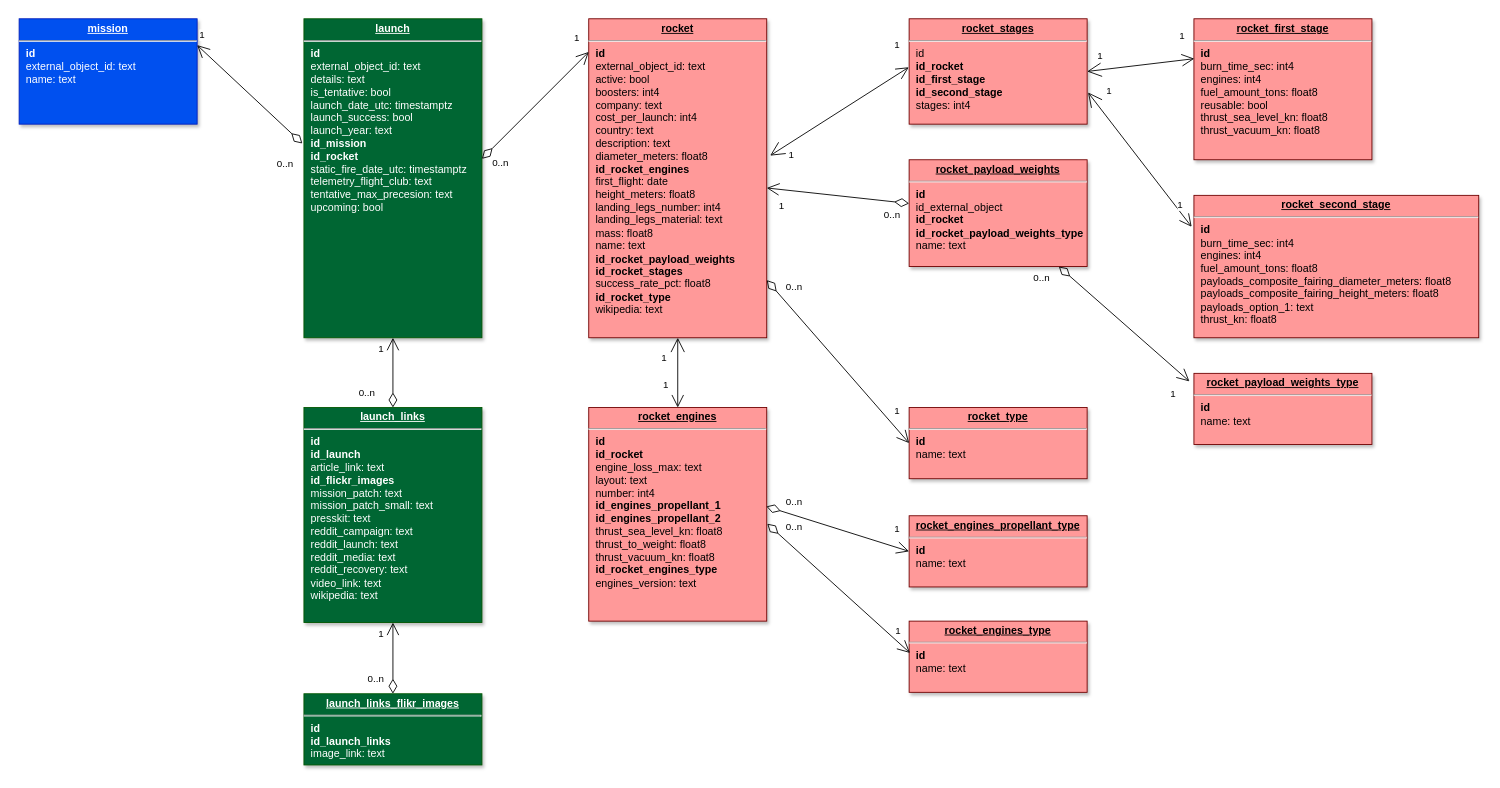
Before: doc/Data_Model.drawio in pr0xtti/green_adam, a draw.io diagram. Source tidied: cells renumbered, new cells numbered last; positions are measured from the earlier drawing's top-left corner, leaving out a move shared by most shapes. Both pictures are drawn from the tidied source at 89%, with x=0, y=0 at pixel (19, 19).
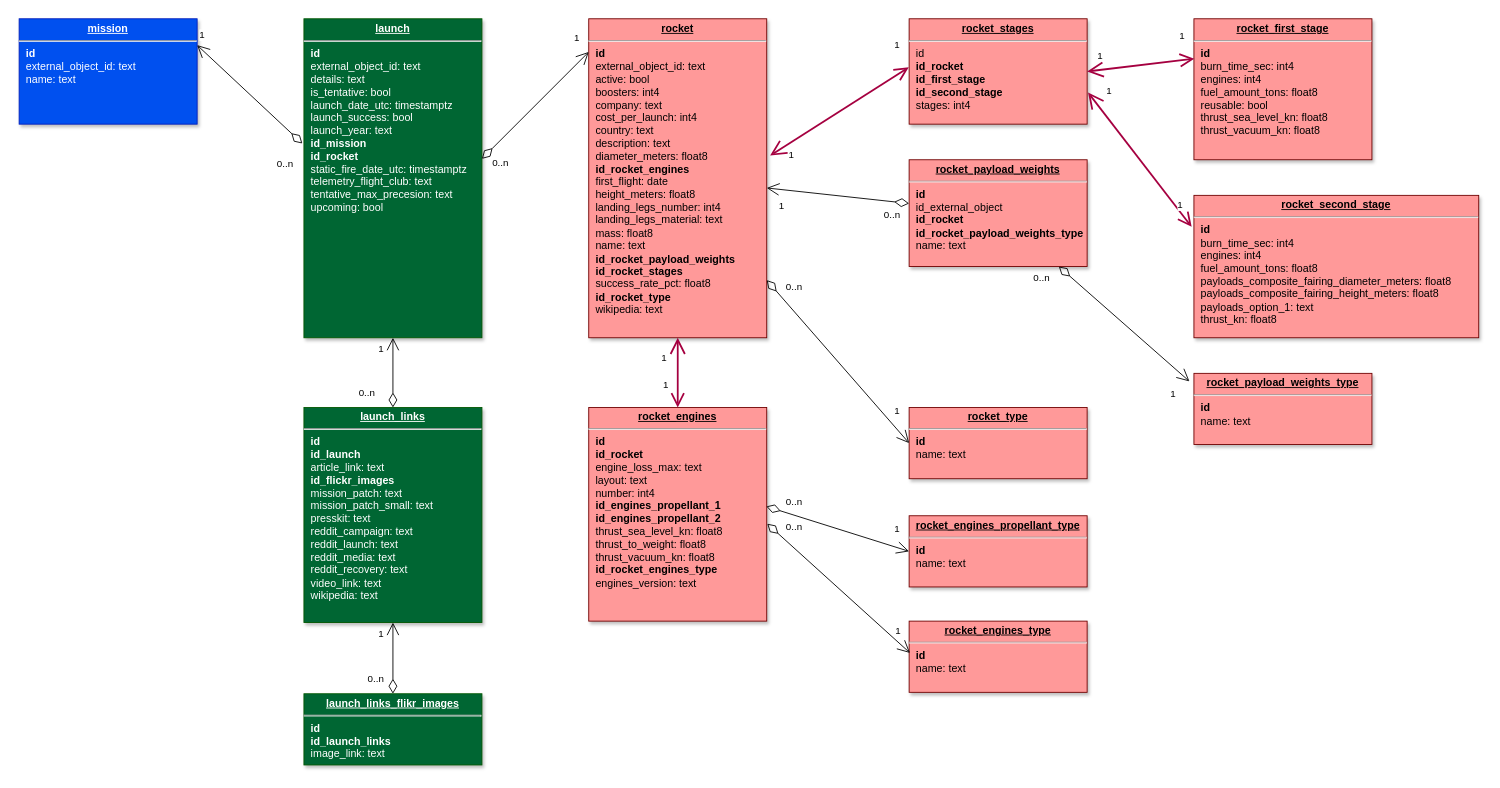
Above is the later version.

Commit message:
Data Model updated

The change refers to these unchanged cells:
```xml
<mxCell id="2" value="&lt;p style=&quot;margin: 0px; margin-top: 4px; text-align: center; text-decoration: underline;&quot;&gt;&lt;strong&gt;rocket_stages&lt;/strong&gt;&lt;/p&gt;&lt;hr&gt;&lt;p style=&quot;margin: 0px; margin-left: 8px;&quot;&gt;id&lt;/p&gt;&lt;p style=&quot;margin: 0px; margin-left: 8px;&quot;&gt;&lt;b&gt;id_rocket&lt;/b&gt;&lt;/p&gt;&lt;p style=&quot;margin: 0px; margin-left: 8px;&quot;&gt;&lt;b&gt;id_first_stage&lt;/b&gt;&lt;/p&gt;&lt;p style=&quot;margin: 0px; margin-left: 8px;&quot;&gt;&lt;b&gt;id_second_stage&lt;/b&gt;&lt;/p&gt;&lt;p style=&quot;margin: 0px; margin-left: 8px;&quot;&gt;stages: int4&lt;/p&gt;" style="verticalAlign=top;align=left;overflow=fill;fontSize=12;fontFamily=Helvetica;html=1;strokeColor=#6F0000;shadow=1;fillColor=#FF9999;fontColor=#000000;" parent="1" vertex="1">
  <mxGeometry x="1000" y="-0.4" width="200" height="118.4" as="geometry" />
</mxCell>
<mxCell id="3" value="&lt;p style=&quot;margin: 0px; margin-top: 4px; text-align: center; text-decoration: underline;&quot;&gt;&lt;strong&gt;rocket&lt;/strong&gt;&lt;/p&gt;&lt;hr&gt;&lt;p style=&quot;margin: 0px; margin-left: 8px;&quot;&gt;&lt;b&gt;id&lt;/b&gt;&lt;/p&gt;&lt;p style=&quot;margin: 0px; margin-left: 8px;&quot;&gt;external_object_id: text&lt;br&gt;&lt;/p&gt;&lt;p style=&quot;margin: 0px; margin-left: 8px;&quot;&gt;&lt;span style=&quot;background-color: initial;&quot;&gt;active: bool&lt;/span&gt;&lt;br&gt;&lt;/p&gt;&lt;p style=&quot;margin: 0px 0px 0px 8px;&quot;&gt;boosters: int4&lt;/p&gt;&lt;p style=&quot;margin: 0px 0px 0px 8px;&quot;&gt;company: text&lt;/p&gt;&lt;p style=&quot;margin: 0px 0px 0px 8px;&quot;&gt;cost_per_launch: int4&lt;/p&gt;&lt;p style=&quot;margin: 0px 0px 0px 8px;&quot;&gt;&lt;span style=&quot;background-color: initial;&quot;&gt;country: text&lt;/span&gt;&lt;br&gt;&lt;/p&gt;&lt;p style=&quot;margin: 0px 0px 0px 8px;&quot;&gt;description: text&lt;/p&gt;&lt;p style=&quot;margin: 0px 0px 0px 8px;&quot;&gt;diameter_meters: float8&lt;/p&gt;&lt;p style=&quot;margin: 0px 0px 0px 8px;&quot;&gt;&lt;b&gt;id_rocket_engines&lt;/b&gt;&lt;/p&gt;&lt;p style=&quot;margin: 0px 0px 0px 8px;&quot;&gt;&lt;span style=&quot;background-color: initial;&quot;&gt;first_flight: date&lt;/span&gt;&lt;br&gt;&lt;/p&gt;&lt;p style=&quot;margin: 0px 0px 0px 8px;&quot;&gt;&lt;span style=&quot;background-color: initial;&quot;&gt;height_meters: float8&lt;/span&gt;&lt;br&gt;&lt;/p&gt;&lt;p style=&quot;margin: 0px 0px 0px 8px;&quot;&gt;&lt;span style=&quot;background-color: initial;&quot;&gt;landing_legs_number: int4&lt;/span&gt;&lt;br&gt;&lt;/p&gt;&lt;p style=&quot;margin: 0px 0px 0px 8px;&quot;&gt;&lt;span style=&quot;background-color: initial;&quot;&gt;landing_legs_material: text&lt;/span&gt;&lt;/p&gt;&lt;p style=&quot;margin: 0px 0px 0px 8px;&quot;&gt;&lt;span style=&quot;background-color: initial;&quot;&gt;mass: float8&lt;/span&gt;&lt;br&gt;&lt;/p&gt;&lt;p style=&quot;margin: 0px 0px 0px 8px;&quot;&gt;name: text&lt;/p&gt;&lt;p style=&quot;margin: 0px 0px 0px 8px;&quot;&gt;&lt;b&gt;&lt;span style=&quot;background-color: initial;&quot;&gt;id_rocket_payload_weights&lt;/span&gt;&lt;/b&gt;&lt;br&gt;&lt;/p&gt;&lt;p style=&quot;margin: 0px 0px 0px 8px;&quot;&gt;&lt;span style=&quot;background-color: initial;&quot;&gt;&lt;b&gt;id_rocket_stages&lt;/b&gt;&lt;/span&gt;&lt;br&gt;&lt;/p&gt;&lt;p style=&quot;margin: 0px; margin-left: 8px;&quot;&gt;success_rate_pct: float8&lt;/p&gt;&lt;p style=&quot;margin: 0px; margin-left: 8px;&quot;&gt;&lt;b&gt;id_rocket_type&lt;/b&gt;&lt;/p&gt;&lt;p style=&quot;margin: 0px; margin-left: 8px;&quot;&gt;wikipedia: text&lt;/p&gt;&lt;p style=&quot;margin: 0px; margin-left: 8px;&quot;&gt;&lt;br&gt;&lt;/p&gt;&lt;p style=&quot;margin: 0px; margin-left: 8px;&quot;&gt;&lt;br&gt;&lt;/p&gt;" style="verticalAlign=top;align=left;overflow=fill;fontSize=12;fontFamily=Helvetica;html=1;strokeColor=#6F0000;shadow=1;fillColor=#FF9999;fontColor=#000000;" parent="1" vertex="1">
  <mxGeometry x="640" y="-0.4" width="200" height="358.4" as="geometry" />
</mxCell>
<mxCell id="4" value="&lt;p style=&quot;margin: 0px; margin-top: 4px; text-align: center; text-decoration: underline;&quot;&gt;&lt;strong&gt;rocket_first_stage&lt;/strong&gt;&lt;/p&gt;&lt;hr&gt;&lt;p style=&quot;margin: 0px 0px 0px 8px;&quot;&gt;&lt;b&gt;id&lt;/b&gt;&lt;/p&gt;&lt;p style=&quot;margin: 0px 0px 0px 8px;&quot;&gt;burn_time_sec: int4&lt;/p&gt;&lt;p style=&quot;margin: 0px 0px 0px 8px;&quot;&gt;engines: int4&lt;/p&gt;&lt;p style=&quot;margin: 0px 0px 0px 8px;&quot;&gt;fuel_amount_tons: float8&lt;br&gt;&lt;/p&gt;&lt;p style=&quot;margin: 0px 0px 0px 8px;&quot;&gt;reusable: bool&lt;br&gt;&lt;/p&gt;&lt;p style=&quot;margin: 0px 0px 0px 8px;&quot;&gt;thrust_sea_level_kn: float8&lt;br&gt;&lt;/p&gt;&lt;p style=&quot;margin: 0px 0px 0px 8px;&quot;&gt;thrust_vacuum_kn: float8&lt;/p&gt;" style="verticalAlign=top;align=left;overflow=fill;fontSize=12;fontFamily=Helvetica;html=1;strokeColor=#6F0000;shadow=1;fillColor=#FF9999;fontColor=#000000;" parent="1" vertex="1">
  <mxGeometry x="1320" y="-0.4" width="200" height="158.4" as="geometry" />
</mxCell>
<mxCell id="5" value="&lt;p style=&quot;margin: 0px; margin-top: 4px; text-align: center; text-decoration: underline;&quot;&gt;&lt;strong&gt;rocket_second_stage&lt;/strong&gt;&lt;/p&gt;&lt;hr&gt;&lt;p style=&quot;margin: 0px 0px 0px 8px;&quot;&gt;&lt;b&gt;id&lt;/b&gt;&lt;/p&gt;&lt;p style=&quot;margin: 0px 0px 0px 8px;&quot;&gt;burn_time_sec: int4&lt;/p&gt;&lt;p style=&quot;margin: 0px 0px 0px 8px;&quot;&gt;engines: int4&lt;br&gt;&lt;/p&gt;&lt;p style=&quot;margin: 0px 0px 0px 8px;&quot;&gt;fuel_amount_tons: float8&lt;br&gt;&lt;/p&gt;&lt;p style=&quot;margin: 0px 0px 0px 8px;&quot;&gt;payloads_composite_fairing_diameter_meters: float8&lt;br&gt;&lt;/p&gt;&lt;p style=&quot;margin: 0px 0px 0px 8px;&quot;&gt;payloads_composite_fairing_height_meters: float8&lt;br&gt;&lt;/p&gt;&lt;p style=&quot;margin: 0px 0px 0px 8px;&quot;&gt;payloads_option_1: text&lt;br&gt;&lt;/p&gt;&lt;p style=&quot;margin: 0px 0px 0px 8px;&quot;&gt;thrust_kn: float8&lt;br&gt;&lt;/p&gt;&lt;div&gt;&lt;br&gt;&lt;/div&gt;" style="verticalAlign=top;align=left;overflow=fill;fontSize=12;fontFamily=Helvetica;html=1;strokeColor=#6F0000;shadow=1;fillColor=#FF9999;fontColor=#000000;" parent="1" vertex="1">
  <mxGeometry x="1320" y="198" width="320" height="160" as="geometry" />
</mxCell>
<mxCell id="10" value="&lt;p style=&quot;margin: 0px; margin-top: 4px; text-align: center; text-decoration: underline;&quot;&gt;&lt;strong&gt;rocket_engines&lt;/strong&gt;&lt;/p&gt;&lt;hr&gt;&lt;p style=&quot;margin: 0px; margin-left: 8px;&quot;&gt;&lt;b&gt;id&lt;/b&gt;&lt;/p&gt;&lt;p style=&quot;margin: 0px; margin-left: 8px;&quot;&gt;&lt;b&gt;id_rocket&lt;/b&gt;&lt;/p&gt;&lt;p style=&quot;margin: 0px 0px 0px 8px;&quot;&gt;engine_loss_max: text&lt;/p&gt;&lt;p style=&quot;margin: 0px 0px 0px 8px;&quot;&gt;layout: text&lt;/p&gt;&lt;p style=&quot;margin: 0px 0px 0px 8px;&quot;&gt;&lt;span style=&quot;background-color: initial;&quot;&gt;number: int4&lt;/span&gt;&lt;br&gt;&lt;/p&gt;&lt;p style=&quot;margin: 0px 0px 0px 8px;&quot;&gt;&lt;span style=&quot;background-color: initial;&quot;&gt;&lt;b&gt;id_engines_propellant_1&lt;/b&gt;&lt;/span&gt;&lt;/p&gt;&lt;p style=&quot;margin: 0px 0px 0px 8px;&quot;&gt;&lt;b&gt;id_engines_propellant_2&lt;/b&gt;&lt;span style=&quot;background-color: initial;&quot;&gt;&lt;br&gt;&lt;/span&gt;&lt;/p&gt;&lt;p style=&quot;margin: 0px 0px 0px 8px;&quot;&gt;thrust_sea_level_kn: float8&amp;nbsp;&lt;/p&gt;&lt;p style=&quot;margin: 0px 0px 0px 8px;&quot;&gt;thrust_to_weight: float8&lt;/p&gt;&lt;p style=&quot;margin: 0px 0px 0px 8px;&quot;&gt;thrust_vacuum_kn: float8&lt;/p&gt;&lt;p style=&quot;margin: 0px 0px 0px 8px;&quot;&gt;&lt;b&gt;id_rocket_engines_type&lt;/b&gt;&lt;/p&gt;&lt;p style=&quot;margin: 0px 0px 0px 8px;&quot;&gt;engines_version: text&lt;/p&gt;&lt;div&gt;&lt;br&gt;&lt;/div&gt;" style="verticalAlign=top;align=left;overflow=fill;fontSize=12;fontFamily=Helvetica;html=1;strokeColor=#6F0000;shadow=1;fillColor=#FF9999;fontColor=#000000;" parent="1" vertex="1">
  <mxGeometry x="640" y="436.4" width="200" height="240" as="geometry" />
</mxCell>
```

Diff of the diagram source:
```diff
@@
-    <mxCell id="12" style="endArrow=open;html=1;endSize=12;startArrow=open;startSize=14;startFill=0;rounded=0;" parent="1" edge="1" source="3" target="10">
+    <mxCell id="12" style="endArrow=open;html=1;endSize=12;startArrow=open;startSize=14;startFill=0;rounded=0;fillColor=#d80073;strokeColor=#A50040;strokeWidth=2;" parent="1" edge="1" source="3" target="10">
       <mxGeometry relative="1" as="geometry" />
     </mxCell>
@@
-    <mxCell id="46" style="endArrow=open;html=1;endSize=12;startArrow=open;startSize=14;startFill=0;rounded=0;entryX=-0.008;entryY=0.221;entryDx=0;entryDy=0;entryPerimeter=0;exitX=1.005;exitY=0.699;exitDx=0;exitDy=0;exitPerimeter=0;" parent="1" edge="1" source="2" target="5">
+    <mxCell id="46" style="endArrow=open;html=1;endSize=12;startArrow=open;startSize=14;startFill=0;rounded=0;entryX=-0.008;entryY=0.221;entryDx=0;entryDy=0;entryPerimeter=0;exitX=1.005;exitY=0.699;exitDx=0;exitDy=0;exitPerimeter=0;fillColor=#d80073;strokeColor=#A50040;strokeWidth=2;" parent="1" edge="1" source="2" target="5">
       <mxGeometry x="-1" y="488" relative="1" as="geometry">
         <mxPoint x="-18" y="-130" as="offset" />
       </mxGeometry>
     </mxCell>
@@
-    <mxCell id="49" style="endArrow=open;html=1;endSize=12;startArrow=open;startSize=14;startFill=0;rounded=0;entryX=0.002;entryY=0.283;entryDx=0;entryDy=0;entryPerimeter=0;exitX=1;exitY=0.5;exitDx=0;exitDy=0;" parent="1" edge="1" source="2" target="4">
+    <mxCell id="49" style="endArrow=open;html=1;endSize=12;startArrow=open;startSize=14;startFill=0;rounded=0;entryX=0.002;entryY=0.283;entryDx=0;entryDy=0;entryPerimeter=0;exitX=1;exitY=0.5;exitDx=0;exitDy=0;fillColor=#d80073;strokeColor=#A50040;strokeWidth=2;" parent="1" edge="1" source="2" target="4">
       <mxGeometry x="-1" y="488" relative="1" as="geometry">
         <mxPoint x="-18" y="-130" as="offset" />
       </mxGeometry>
     </mxCell>
@@
-    <mxCell id="52" style="endArrow=open;html=1;endSize=12;startArrow=open;startSize=14;startFill=0;rounded=0;entryX=-0.002;entryY=0.46;entryDx=0;entryDy=0;entryPerimeter=0;exitX=1.019;exitY=0.429;exitDx=0;exitDy=0;exitPerimeter=0;" parent="1" edge="1" source="3" target="2">
+    <mxCell id="52" style="endArrow=open;html=1;endSize=12;startArrow=open;startSize=14;startFill=0;rounded=0;entryX=-0.002;entryY=0.46;entryDx=0;entryDy=0;entryPerimeter=0;exitX=1.019;exitY=0.429;exitDx=0;exitDy=0;exitPerimeter=0;fillColor=#d80073;strokeColor=#A50040;strokeWidth=2;" parent="1" edge="1" source="3" target="2">
       <mxGeometry x="-1" y="488" relative="1" as="geometry">
         <mxPoint x="-18" y="-130" as="offset" />
       </mxGeometry>
     </mxCell>
```
